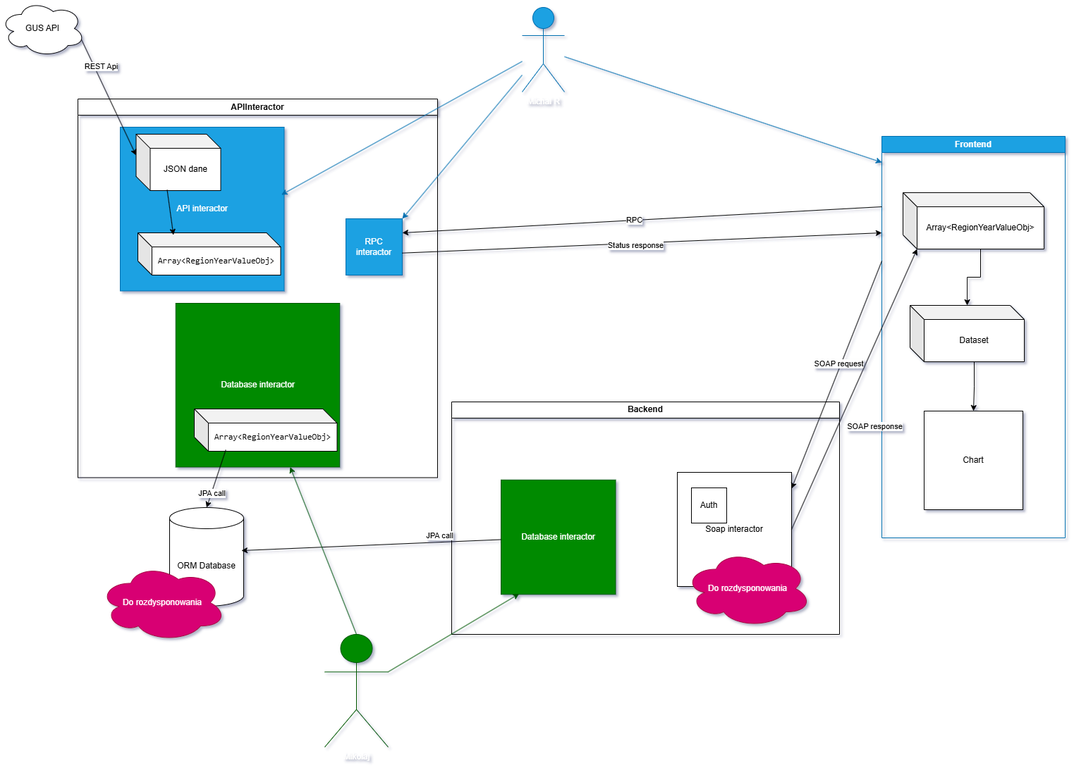
MichalRutyna/Integracja-dzietnosc keeps this draw.io diagram as Information_flow_diagram.png. Above is the earlier version. Source tidied: cells renumbered, new cells last; positions are measured from the earlier drawing's top-left corner, leaving out a move shared by most shapes.
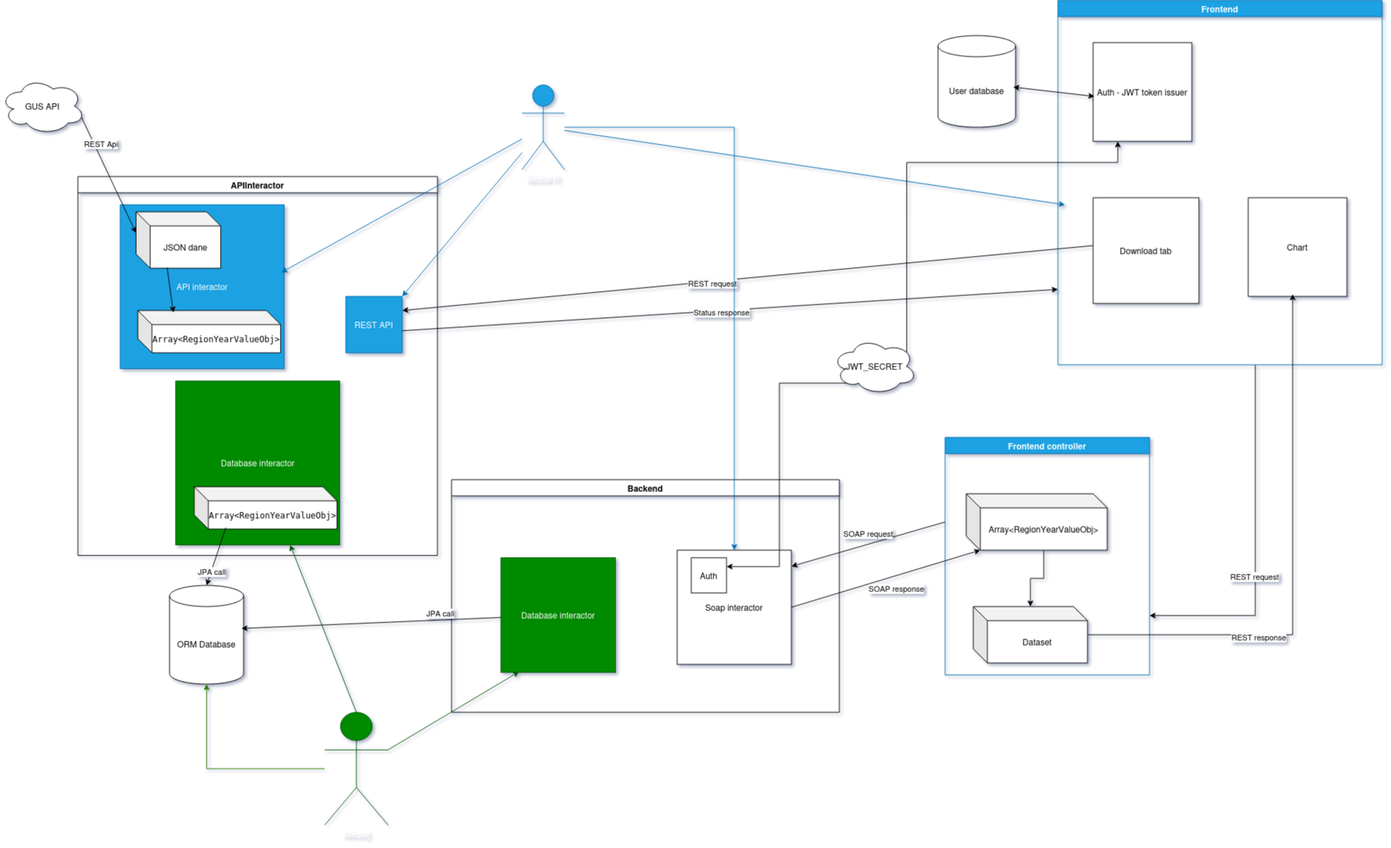
After the change.

The edit, as a diff of the source:
```diff
@@ -1,4 +1,4 @@
-<mxGraphModel background="#ffffff" shadow="1">
+<mxGraphModel background="#FFFFFF" shadow="1">
   <root>
     <mxCell id="0" />
     <mxCell id="1" parent="0" />
@@ -8,21 +8,15 @@
     <mxCell id="3" value="Soap interactor" style="whiteSpace=wrap;html=1;" parent="2" vertex="1">
       <mxGeometry x="320" y="100" width="162" height="162" as="geometry" />
     </mxCell>
+    <mxCell id="5" value="Database interactor" style="whiteSpace=wrap;html=1;fillColor=#008a00;fontColor=#ffffff;strokeColor=#005700;" parent="2" vertex="1">
+      <mxGeometry x="70" y="110.8" width="162.5" height="162.5" as="geometry" />
+    </mxCell>
     <mxCell id="4" value="Auth" style="whiteSpace=wrap;html=1;" parent="2" vertex="1">
-      <mxGeometry x="340" y="122" width="50" height="50" as="geometry" />
+      <mxGeometry x="340" y="110.8" width="50" height="50" as="geometry" />
     </mxCell>
-    <mxCell id="5" value="Database interactor" style="whiteSpace=wrap;html=1;fillColor=#008a00;fontColor=#ffffff;strokeColor=#005700;" parent="2" vertex="1">
-      <mxGeometry x="70" y="110.8" width="162.5" height="162.5" as="geometry" />
-    </mxCell>
-    <mxCell id="6" value="Do rozdysponowania" style="ellipse;shape=cloud;whiteSpace=wrap;html=1;fillColor=#d80073;fontColor=#ffffff;strokeColor=#A50040;" parent="2" vertex="1">
-      <mxGeometry x="330" y="210" width="180" height="110" as="geometry" />
-    </mxCell>
-    <mxCell id="7" value="Frontend" style="swimlane;whiteSpace=wrap;html=1;fillColor=#1ba1e2;fontColor=#ffffff;strokeColor=#006EAF;" parent="1" vertex="1">
-      <mxGeometry x="1250" y="193" width="260" height="570" as="geometry" />
+    <mxCell id="7" value="Frontend controller" style="swimlane;whiteSpace=wrap;html=1;fillColor=#1ba1e2;fontColor=#ffffff;strokeColor=#006EAF;" parent="1" vertex="1">
+      <mxGeometry x="1340" y="510" width="290" height="337" as="geometry" />
     </mxCell>
-    <mxCell id="8" style="edgeStyle=orthogonalEdgeStyle;rounded=0;jettySize=auto;html=1;exitX=0;exitY=0;exitDx=91;exitDy=80;exitPerimeter=0;" parent="7" edge="1" source="9" target="12">
-      <mxGeometry relative="1" as="geometry" />
-    </mxCell>
     <mxCell id="9" value="Dataset" style="shape=cube;whiteSpace=wrap;html=1;boundedLbl=1;backgroundOutline=1;darkOpacity=0.05;darkOpacity2=0.1;" parent="7" vertex="1">
       <mxGeometry x="40" y="240" width="162" height="80" as="geometry" />
     </mxCell>
@@ -32,15 +26,12 @@
     <mxCell id="11" value="Array&amp;lt;RegionYearValueObj&amp;gt;" style="shape=cube;whiteSpace=wrap;html=1;boundedLbl=1;backgroundOutline=1;darkOpacity=0.05;darkOpacity2=0.1;" parent="7" vertex="1">
       <mxGeometry x="30" y="80" width="200" height="80" as="geometry" />
     </mxCell>
-    <mxCell id="12" value="Chart" style="whiteSpace=wrap;html=1;" parent="7" vertex="1">
-      <mxGeometry x="60" y="390" width="140" height="140" as="geometry" />
-    </mxCell>
     <mxCell id="13" value="ORM Database" style="shape=cylinder3;whiteSpace=wrap;html=1;boundedLbl=1;backgroundOutline=1;size=15;" parent="1" vertex="1">
       <mxGeometry x="240" y="720" width="105" height="140" as="geometry" />
     </mxCell>
     <mxCell id="14" style="endArrow=classic;html=1;rounded=0;entryX=1;entryY=0.142;entryDx=0;entryDy=0;entryPerimeter=0;" parent="1" edge="1" target="3">
       <mxGeometry relative="1" as="geometry">
-        <mxPoint x="1250" y="370" as="sourcePoint" />
+        <mxPoint x="1340" y="630" as="sourcePoint" />
       </mxGeometry>
     </mxCell>
     <mxCell id="15" value="SOAP request" style="edgeLabel;html=1;align=center;verticalAlign=middle;" parent="14" vertex="1">
@@ -77,15 +68,13 @@
     <mxCell id="24" value="&lt;pre&gt;Array&amp;lt;RegionYearValueObj&amp;gt;&lt;/pre&gt;" style="shape=cube;whiteSpace=wrap;html=1;boundedLbl=1;backgroundOutline=1;darkOpacity=0.05;darkOpacity2=0.1;" parent="18" vertex="1">
       <mxGeometry x="165" y="440" width="202.5" height="60" as="geometry" />
     </mxCell>
-    <mxCell id="25" value="RPC interactor" style="whiteSpace=wrap;html=1;fillColor=#1ba1e2;fontColor=#ffffff;strokeColor=#006EAF;" parent="18" vertex="1">
+    <mxCell id="25" value="&lt;div&gt;REST API&lt;/div&gt;" style="whiteSpace=wrap;html=1;fillColor=#1ba1e2;fontColor=#ffffff;strokeColor=#006EAF;" parent="18" vertex="1">
       <mxGeometry x="380" y="170" width="80" height="80" as="geometry" />
     </mxCell>
-    <mxCell id="26" style="endArrow=classic;html=1;rounded=0;entryX=1;entryY=0.25;entryDx=0;entryDy=0;" parent="1" edge="1" target="25">
-      <mxGeometry relative="1" as="geometry">
-        <mxPoint x="1250" y="293" as="sourcePoint" />
-      </mxGeometry>
+    <mxCell id="26" style="endArrow=classic;html=1;rounded=0;entryX=1;entryY=0.25;entryDx=0;entryDy=0;exitX=0.017;exitY=0.451;exitDx=0;exitDy=0;exitPerimeter=0;" parent="1" edge="1" source="51" target="25">
+      <mxGeometry relative="1" as="geometry" />
     </mxCell>
-    <mxCell id="27" value="RPC" style="edgeLabel;html=1;align=center;verticalAlign=middle;" parent="26" vertex="1">
+    <mxCell id="27" value="REST request" style="edgeLabel;html=1;align=center;verticalAlign=middle;" parent="26" vertex="1">
       <mxGeometry x="0.27" y="2" relative="1" as="geometry">
         <mxPoint x="78" y="-7" as="offset" />
       </mxGeometry>
@@ -103,12 +92,15 @@
     </mxCell>
     <mxCell id="31" style="endArrow=classic;html=1;rounded=0;exitX=0.994;exitY=0.609;exitDx=0;exitDy=0;exitPerimeter=0;" parent="1" edge="1" source="25">
       <mxGeometry relative="1" as="geometry">
-        <mxPoint x="1250" y="330" as="targetPoint" />
+        <mxPoint x="1500" y="300" as="targetPoint" />
       </mxGeometry>
     </mxCell>
     <mxCell id="32" value="Status response" style="edgeLabel;html=1;align=center;verticalAlign=middle;" parent="31" vertex="1">
       <mxGeometry x="-0.03" y="-2" relative="1" as="geometry" />
     </mxCell>
+    <mxCell id="45" style="edgeStyle=orthogonalEdgeStyle;rounded=0;jettySize=auto;html=1;fillColor=#1ba1e2;strokeColor=#006EAF;" parent="1" edge="1" source="33" target="3">
+      <mxGeometry relative="1" as="geometry" />
+    </mxCell>
     <mxCell id="33" value="Michal R" style="shape=umlActor;verticalLabelPosition=bottom;verticalAlign=top;html=1;outlineConnect=0;fillColor=#1ba1e2;fontColor=#ffffff;strokeColor=#006EAF;" parent="1" vertex="1">
       <mxGeometry x="740" y="10" width="60" height="120" as="geometry" />
     </mxCell>
@@ -117,9 +109,12 @@
     </mxCell>
     <mxCell id="35" style="endArrow=classic;html=1;rounded=0;fillColor=#1ba1e2;strokeColor=#006EAF;" parent="1" edge="1" source="33">
       <mxGeometry relative="1" as="geometry">
-        <mxPoint x="1250" y="230" as="targetPoint" />
+        <mxPoint x="1510" y="180" as="targetPoint" />
       </mxGeometry>
     </mxCell>
+    <mxCell id="46" style="edgeStyle=orthogonalEdgeStyle;rounded=0;jettySize=auto;html=1;fillColor=#60a917;strokeColor=#2D7600;" parent="1" edge="1" source="36" target="13">
+      <mxGeometry relative="1" as="geometry" />
+    </mxCell>
     <mxCell id="36" value="Mikolaj" style="shape=umlActor;verticalLabelPosition=bottom;verticalAlign=top;html=1;outlineConnect=0;fillColor=#008a00;fontColor=#ffffff;strokeColor=#005700;" parent="1" vertex="1">
       <mxGeometry x="460" y="900" width="90" height="160" as="geometry" />
     </mxCell>
@@ -146,8 +141,53 @@
     <mxCell id="43" style="endArrow=classic;html=1;rounded=0;entryX=0.158;entryY=0.995;entryDx=0;entryDy=0;entryPerimeter=0;fillColor=#008a00;strokeColor=#005700;" parent="1" edge="1" source="36" target="5">
       <mxGeometry relative="1" as="geometry" />
     </mxCell>
-    <mxCell id="44" value="Do rozdysponowania" style="ellipse;shape=cloud;whiteSpace=wrap;html=1;fillColor=#d80073;fontColor=#ffffff;strokeColor=#A50040;" parent="1" vertex="1">
-      <mxGeometry x="140" y="800" width="180" height="110" as="geometry" />
-    </mxCell>
+    <mxCell id="47" value="User database" style="shape=cylinder3;whiteSpace=wrap;html=1;boundedLbl=1;backgroundOutline=1;size=15;" parent="1" vertex="1">
+      <mxGeometry x="1330" y="-60" width="110" height="130" as="geometry" />
+    </mxCell>
+    <mxCell id="48" style="edgeStyle=orthogonalEdgeStyle;rounded=0;jettySize=auto;html=1;entryX=1;entryY=0.75;entryDx=0;entryDy=0;" parent="1" edge="1" source="50" target="7">
+      <mxGeometry relative="1" as="geometry">
+        <Array as="points">
+          <mxPoint x="1780" y="763" />
+        </Array>
+      </mxGeometry>
+    </mxCell>
+    <mxCell id="49" value="REST request" style="edgeLabel;html=1;align=center;verticalAlign=middle;" parent="48" vertex="1">
+      <mxGeometry x="0.19" y="-2" relative="1" as="geometry" />
+    </mxCell>
+    <mxCell id="50" value="&lt;div&gt;Frontend&lt;/div&gt;" style="swimlane;whiteSpace=wrap;html=1;fillColor=#1ba1e2;fontColor=#ffffff;strokeColor=#006EAF;" parent="1" vertex="1">
+      <mxGeometry x="1500" y="-110" width="460" height="517" as="geometry" />
+    </mxCell>
+    <mxCell id="12" value="Chart" style="whiteSpace=wrap;html=1;" parent="50" vertex="1">
+      <mxGeometry x="270" y="280" width="140" height="140" as="geometry" />
+    </mxCell>
+    <mxCell id="51" value="Download tab" style="whiteSpace=wrap;html=1;" parent="50" vertex="1">
+      <mxGeometry x="50" y="280" width="150" height="150" as="geometry" />
+    </mxCell>
+    <mxCell id="52" value="Auth - JWT token issuer" style="whiteSpace=wrap;html=1;" parent="50" vertex="1">
+      <mxGeometry x="50" y="60" width="140" height="140" as="geometry" />
+    </mxCell>
+    <mxCell id="8" style="edgeStyle=orthogonalEdgeStyle;rounded=0;jettySize=auto;html=1;entryX=0.45;entryY=0.977;entryDx=0;entryDy=0;entryPerimeter=0;" parent="1" edge="1" source="9" target="12">
+      <mxGeometry relative="1" as="geometry" />
+    </mxCell>
+    <mxCell id="53" value="REST response" style="edgeLabel;html=1;align=center;verticalAlign=middle;" parent="8" vertex="1">
+      <mxGeometry x="-0.37" y="-3" relative="1" as="geometry" />
+    </mxCell>
+    <mxCell id="54" style="endArrow=classic;startArrow=classic;html=1;rounded=0;entryX=0.013;entryY=0.545;entryDx=0;entryDy=0;entryPerimeter=0;exitX=0.969;exitY=0.562;exitDx=0;exitDy=0;exitPerimeter=0;" parent="1" edge="1" source="47" target="52">
+      <mxGeometry relative="1" as="geometry" />
+    </mxCell>
+    <mxCell id="55" style="edgeStyle=orthogonalEdgeStyle;rounded=0;jettySize=auto;html=1;exitX=0.8;exitY=0.8;exitDx=0;exitDy=0;exitPerimeter=0;entryX=1;entryY=0.25;entryDx=0;entryDy=0;" parent="1" edge="1" source="56" target="4">
+      <mxGeometry relative="1" as="geometry" />
+    </mxCell>
+    <mxCell id="56" value="JWT_SECRET" style="ellipse;shape=cloud;whiteSpace=wrap;html=1;" parent="1" vertex="1">
+      <mxGeometry x="1180" y="369" width="120" height="80" as="geometry" />
+    </mxCell>
+    <mxCell id="57" style="edgeStyle=orthogonalEdgeStyle;rounded=0;jettySize=auto;html=1;exitX=0.88;exitY=0.25;exitDx=0;exitDy=0;exitPerimeter=0;entryX=0.25;entryY=1;entryDx=0;entryDy=0;" parent="1" edge="1" source="56" target="52">
+      <mxGeometry relative="1" as="geometry">
+        <Array as="points">
+          <mxPoint x="1286" y="120" />
+          <mxPoint x="1585" y="120" />
+        </Array>
+      </mxGeometry>
+    </mxCell>
   </root>
 </mxGraphModel>
```
